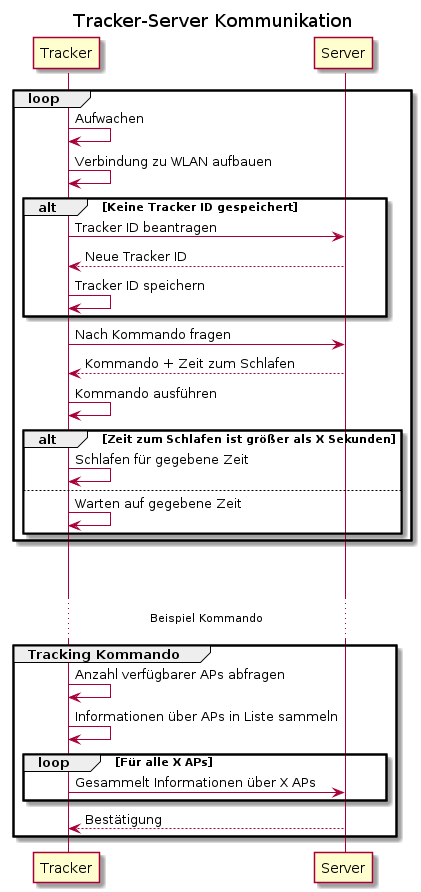
Before: paper/images/communication.png, a diagram exported from PlantUML (glidingthroughspace/paper-tracker).
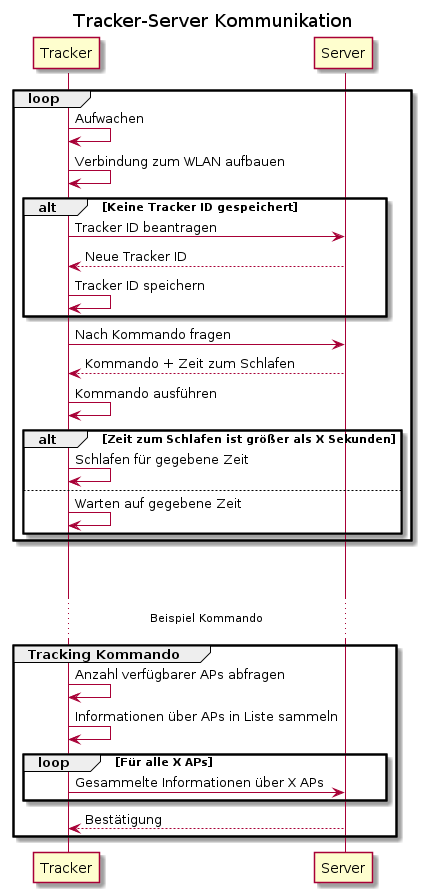
Above is the later version.

What changed in the source:
```diff
@@ -6,7 +6,7 @@
 
 loop
   Tracker->Tracker: Aufwachen
-  Tracker->Tracker: Verbindung zu WLAN aufbauen
+  Tracker->Tracker: Verbindung zum WLAN aufbauen
   alt Keine Tracker ID gespeichert
   Tracker->Server: Tracker ID beantragen
   Server-->Tracker: Neue Tracker ID
@@ -30,7 +30,7 @@
   Tracker->Tracker: Anzahl verfügbarer APs abfragen
   Tracker->Tracker: Informationen über APs in Liste sammeln
   loop Für alle X APs
-  Tracker->Server: Gesammelt Informationen über X APs
+  Tracker->Server: Gesammelte Informationen über X APs
   end
   Tracker<--Server: Bestätigung
 end
```
